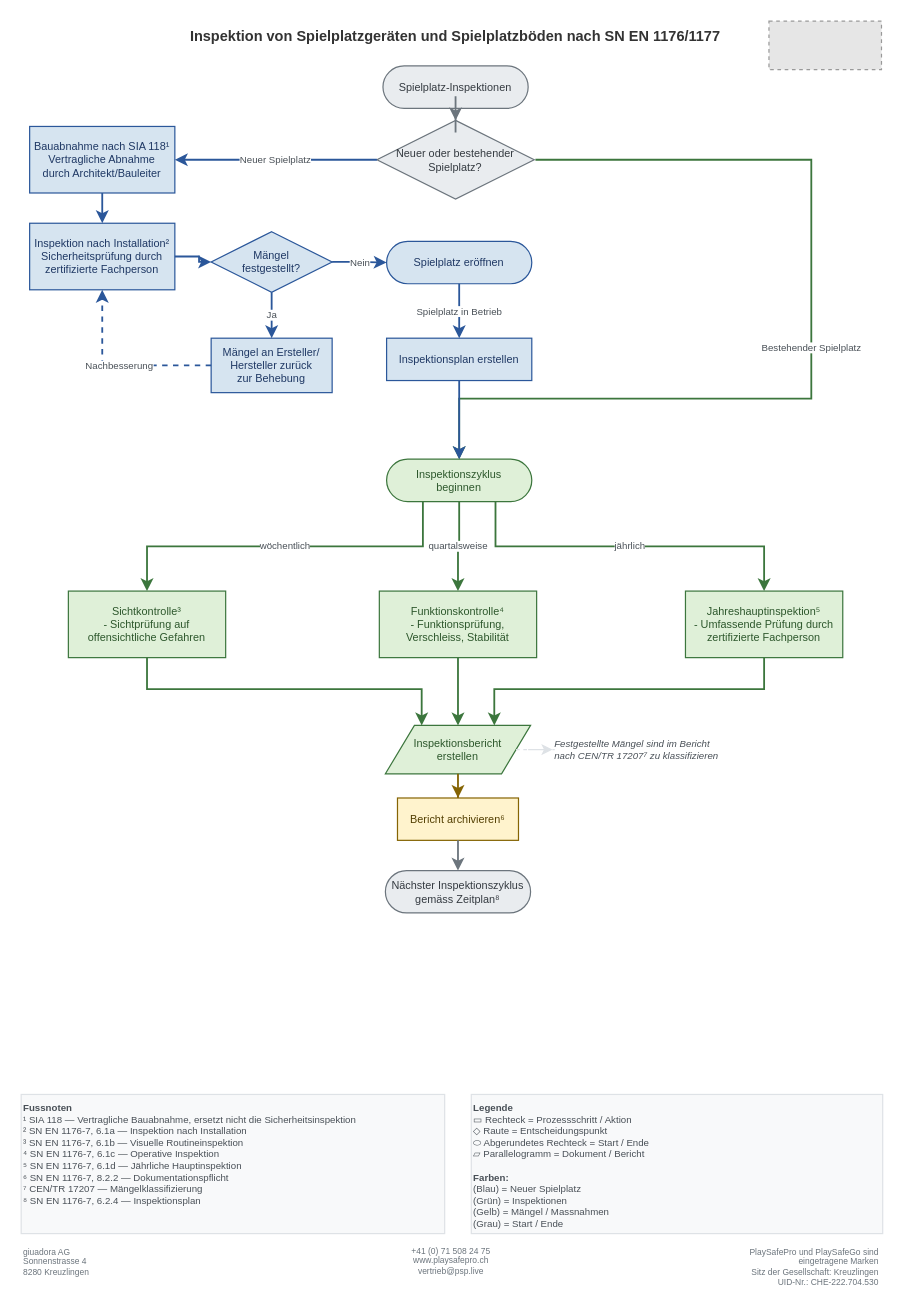
This is Inspektion-von-Spielplatzgeraeten-und-Spielplatzboeden/Spielplatzinspektionen.drawio from giuadora/ch.playsafepro.flowcharts, a draw.io file, before an edit. Source tidied: cells renumbered, new cells numbered last; positions are measured from the earlier drawing's top-left corner, leaving out a move shared by most shapes. Both pictures are drawn from the tidied source at 121%, with x=0, y=0 at pixel (21, 21). Pictures stored in the file or linked from it are replaced by grey dashed boxes.
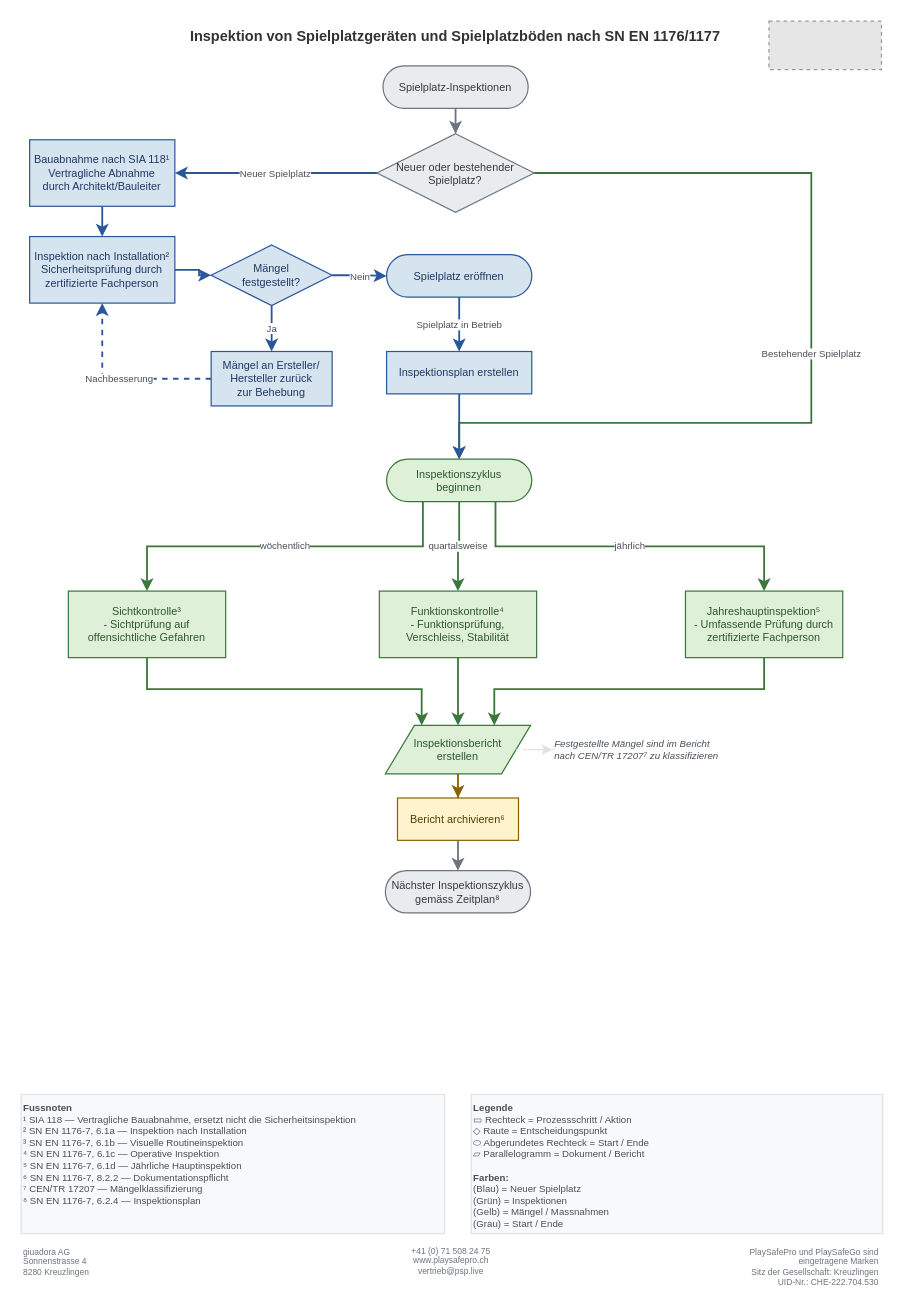
Above is the later version.

Commit message (it also covers changes not shown here):
chore(06): sync SVG and PDF with manual draw.io node repositioning

Unchanged cells that the change refers to:
```xml
<mxCell id="15" value="Inspektionszyklus&lt;br&gt;beginnen" style="rounded=1;whiteSpace=wrap;html=1;fillColor=#DFF0D8;strokeColor=#3C763D;fontColor=#2D572C;fontSize=9;fontFamily=Helvetica;arcSize=50;" parent="1" vertex="1">
  <mxGeometry x="302" y="362" width="120" height="35" as="geometry" />
</mxCell>
```

What changed in the source:
```diff
@@
     <mxCell id="8" value="Neuer oder bestehender&lt;br&gt;Spielplatz?" style="rhombus;whiteSpace=wrap;html=1;fillColor=#E9ECEF;strokeColor=#6C757D;fontColor=#343A40;fontSize=9;fontFamily=Helvetica;" parent="1" vertex="1">
-      <mxGeometry x="294" y="82" width="130" height="65" as="geometry" />
+      <mxGeometry x="294" y="93" width="130" height="65" as="geometry" />
     </mxCell>
     <mxCell id="9" value="Bauabnahme nach SIA 118¹&lt;br&gt;Vertragliche Abnahme&lt;br&gt;durch Architekt/Bauleiter" style="rounded=0;whiteSpace=wrap;html=1;fillColor=#D6E4F0;strokeColor=#2B579A;fontColor=#1F3864;fontSize=9;fontFamily=Helvetica;align=center;" parent="1" vertex="1">
-      <mxGeometry x="7" y="87" width="120" height="55" as="geometry" />
+      <mxGeometry x="7" y="98" width="120" height="55" as="geometry" />
     </mxCell>
     <mxCell id="10" value="Inspektion nach Installation²&lt;br&gt;Sicherheitsprüfung durch&lt;br&gt;zertifizierte Fachperson" style="rounded=0;whiteSpace=wrap;html=1;fillColor=#D6E4F0;strokeColor=#2B579A;fontColor=#1F3864;fontSize=9;fontFamily=Helvetica;align=center;" parent="1" vertex="1">
-      <mxGeometry x="7" y="167" width="120" height="55" as="geometry" />
+      <mxGeometry x="7" y="178" width="120" height="55" as="geometry" />
     </mxCell>
     <mxCell id="11" value="Mängel&lt;br&gt;festgestellt?" style="rhombus;whiteSpace=wrap;html=1;fillColor=#D6E4F0;strokeColor=#2B579A;fontColor=#1F3864;fontSize=9;fontFamily=Helvetica;" parent="1" vertex="1">
-      <mxGeometry x="157" y="174" width="100" height="50" as="geometry" />
+      <mxGeometry x="157" y="185" width="100" height="50" as="geometry" />
     </mxCell>
     <mxCell id="12" value="Mängel an Ersteller/&lt;br&gt;Hersteller zurück&lt;br&gt;zur Behebung" style="rounded=0;whiteSpace=wrap;html=1;fillColor=#D6E4F0;strokeColor=#2B579A;fontColor=#1F3864;fontSize=9;fontFamily=Helvetica;align=center;" parent="1" vertex="1">
-      <mxGeometry x="157" y="262" width="100" height="45" as="geometry" />
+      <mxGeometry x="157" y="273" width="100" height="45" as="geometry" />
     </mxCell>
     <mxCell id="13" value="Spielplatz eröffnen" style="rounded=1;whiteSpace=wrap;html=1;fillColor=#D6E4F0;strokeColor=#2B579A;fontColor=#1F3864;fontSize=9;fontFamily=Helvetica;arcSize=50;" parent="1" vertex="1">
-      <mxGeometry x="302" y="182" width="120" height="35" as="geometry" />
+      <mxGeometry x="302" y="193" width="120" height="35" as="geometry" />
     </mxCell>
     <mxCell id="14" value="Inspektionsplan erstellen" style="rounded=0;whiteSpace=wrap;html=1;fillColor=#D6E4F0;strokeColor=#2B579A;fontColor=#1F3864;fontSize=9;fontFamily=Helvetica;align=center;" parent="1" vertex="1">
-      <mxGeometry x="302" y="262" width="120" height="35" as="geometry" />
+      <mxGeometry x="302" y="273" width="120" height="35" as="geometry" />
     </mxCell>
@@
-    <mxCell id="27" value="Bestehender Spielplatz" style="edgeStyle=orthogonalEdgeStyle;rounded=0;jettySize=auto;html=1;strokeColor=#3C763D;strokeWidth=1.5;fontSize=8;fontFamily=Helvetica;fontColor=#495057;exitX=1;exitY=0.5;exitDx=0;exitDy=0;entryX=0.5;entryY=0;entryDx=0;entryDy=0;" parent="1" edge="1" target="15">
+    <mxCell id="27" value="Bestehender Spielplatz" style="edgeStyle=orthogonalEdgeStyle;rounded=0;jettySize=auto;html=1;strokeColor=#3C763D;strokeWidth=1.5;fontSize=8;fontFamily=Helvetica;fontColor=#495057;exitX=1;exitY=0.5;exitDx=0;exitDy=0;entryX=0.5;entryY=0;entryDx=0;entryDy=0;" parent="1" edge="1" source="8" target="15">
       <mxGeometry relative="1" as="geometry">
-        <mxPoint x="425" y="114.5" as="sourcePoint" />
         <Array as="points">
-          <mxPoint x="653" y="114" />
-          <mxPoint x="653" y="312" />
-          <mxPoint x="362" y="312" />
+          <mxPoint x="653" y="126" />
+          <mxPoint x="653" y="332" />
+          <mxPoint x="362" y="332" />
         </Array>
       </mxGeometry>
     </mxCell>
@@
     <mxCell id="32" value="Nachbesserung" style="edgeStyle=orthogonalEdgeStyle;rounded=0;jettySize=auto;html=1;strokeColor=#2B579A;strokeWidth=1.5;fontSize=8;fontFamily=Helvetica;fontColor=#495057;dashed=1;exitX=0;exitY=0.5;exitDx=0;exitDy=0;entryX=0.5;entryY=1;entryDx=0;entryDy=0;" parent="1" edge="1" source="12" target="10">
       <mxGeometry relative="1" as="geometry">
         <Array as="points">
-          <mxPoint x="67" y="285" />
+          <mxPoint x="67" y="296" />
         </Array>
       </mxGeometry>
     </mxCell>
```
